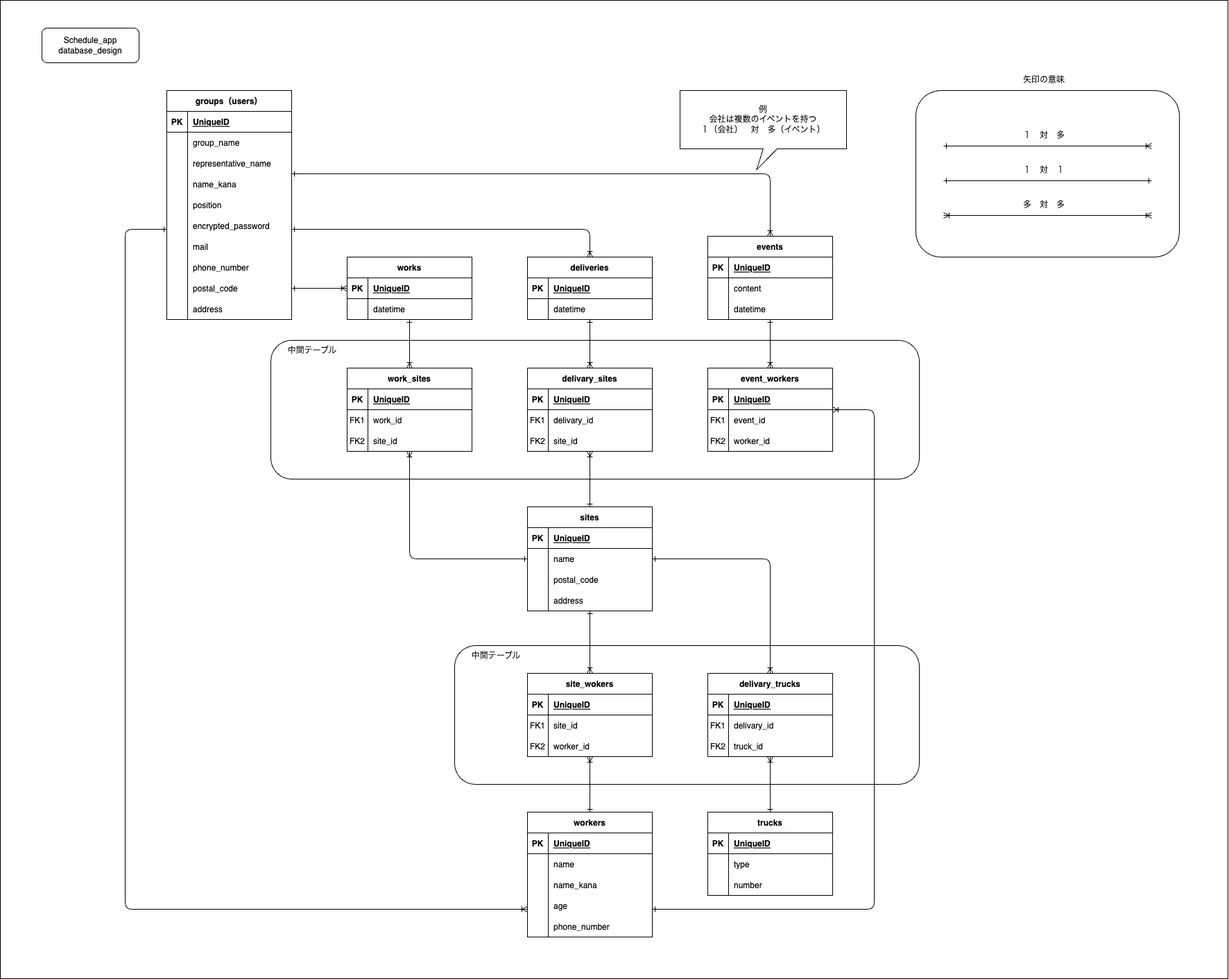
Above: database_design.png in nagai-sho/schedule_app (draw.io), before the change. Source tidied: cells renumbered, new cells last; positions are measured from the earlier drawing's top-left corner, leaving out a move shared by most shapes.
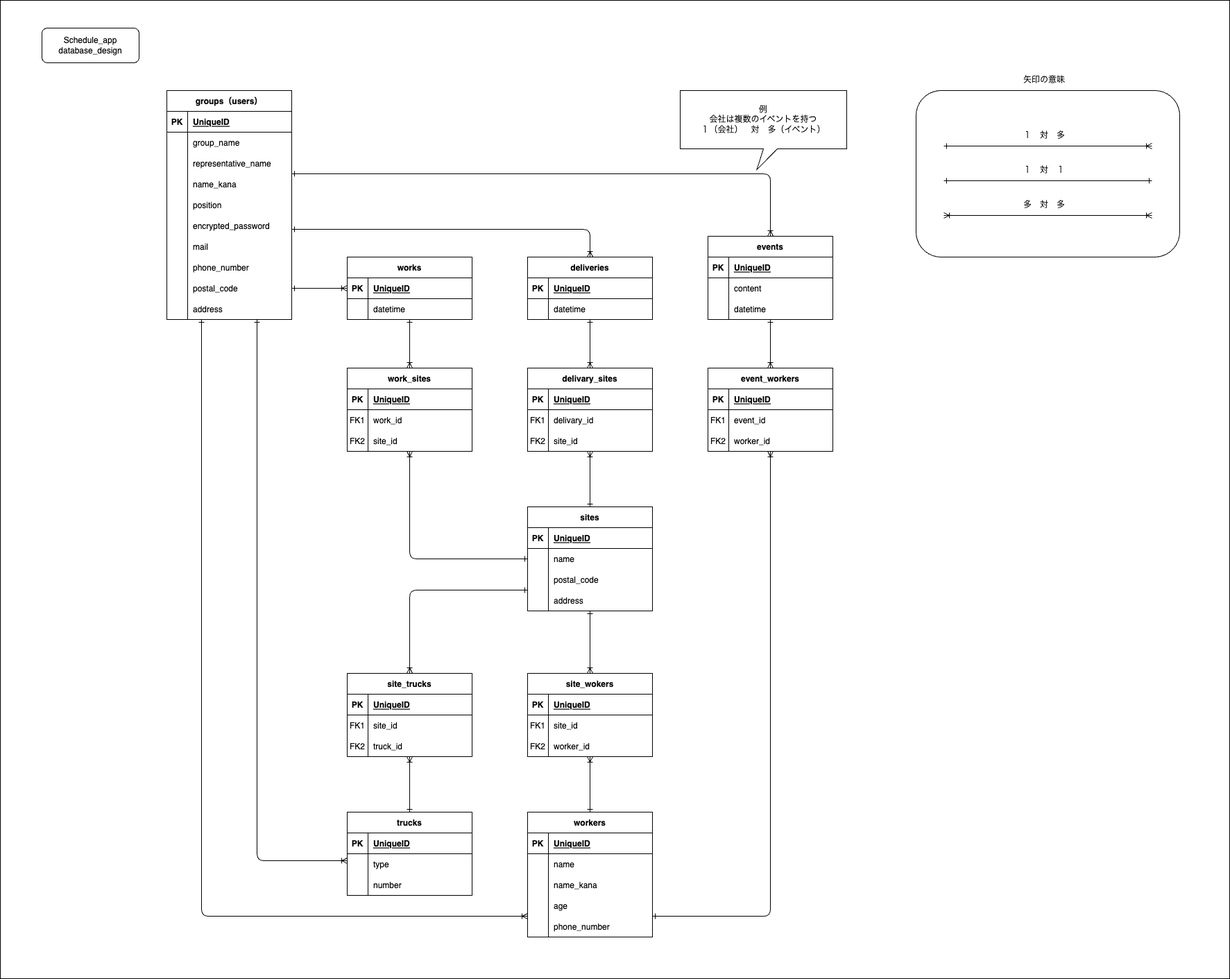
The same file after the commit.

The edit, as a diff of the source:
```diff
@@ -3,29 +3,8 @@
     <mxCell id="0" />
     <mxCell id="1" parent="0" />
     <mxCell id="2" style="rounded=0;whiteSpace=wrap;html=1;fillColor=none;" parent="1" vertex="1">
-      <mxGeometry width="1770" height="1410" as="geometry" />
+      <mxGeometry width="1772" height="1410" as="geometry" />
     </mxCell>
-    <mxCell id="3" style="group;fillColor=none;" parent="1" vertex="1">
-      <mxGeometry x="390" y="490" width="935" height="640" as="geometry" />
-    </mxCell>
-    <mxCell id="4" style="group;" parent="3" vertex="1">
-      <mxGeometry x="265" y="440" width="670" height="200" as="geometry" />
-    </mxCell>
-    <mxCell id="5" style="rounded=1;whiteSpace=wrap;html=1;" parent="4" vertex="1">
-      <mxGeometry width="670" height="200" as="geometry" />
-    </mxCell>
-    <mxCell id="6" value="中間テーブル" style="text;html=1;strokeColor=none;fillColor=none;align=center;verticalAlign=middle;whiteSpace=wrap;rounded=0;" parent="4" vertex="1">
-      <mxGeometry width="120" height="30" as="geometry" />
-    </mxCell>
-    <mxCell id="7" style="group;" parent="3" vertex="1">
-      <mxGeometry width="935" height="200" as="geometry" />
-    </mxCell>
-    <mxCell id="8" style="rounded=1;whiteSpace=wrap;html=1;" parent="7" vertex="1">
-      <mxGeometry width="935" height="200" as="geometry" />
-    </mxCell>
-    <mxCell id="9" value="中間テーブル" style="text;html=1;strokeColor=none;fillColor=none;align=center;verticalAlign=middle;whiteSpace=wrap;rounded=0;" parent="7" vertex="1">
-      <mxGeometry width="120" height="30" as="geometry" />
-    </mxCell>
     <mxCell id="10" value="Schedule_app&lt;br&gt;database_design" style="rounded=1;whiteSpace=wrap;html=1;" parent="1" vertex="1">
       <mxGeometry x="60" y="40" width="140" height="50" as="geometry" />
     </mxCell>
@@ -234,7 +213,7 @@
       <mxGeometry x="30" width="150" height="30" as="geometry" />
     </mxCell>
     <mxCell id="79" value="trucks" style="shape=table;startSize=30;rowLines=0;fontStyle=1;align=center;" parent="1" vertex="1">
-      <mxGeometry x="1020" y="1170" width="180" height="120" as="geometry" />
+      <mxGeometry x="500" y="1170" width="180" height="120" as="geometry" />
     </mxCell>
     <mxCell id="80" style="shape=tableRow;horizontal=0;startSize=0;swimlaneHead=0;swimlaneBody=0;fillColor=none;top=0;left=0;right=0;bottom=1;" parent="79" vertex="1">
       <mxGeometry y="30" width="180" height="30" as="geometry" />
@@ -344,8 +323,7 @@
     <mxCell id="109" style="edgeStyle=orthogonalEdgeStyle;html=1;endArrow=ERoneToMany;endFill=0;startArrow=ERone;startFill=0;" parent="1" edge="1" source="11" target="90">
       <mxGeometry relative="1" as="geometry">
         <Array as="points">
-          <mxPoint x="180" y="330" />
-          <mxPoint x="180" y="1310" />
+          <mxPoint x="290" y="1320" />
         </Array>
       </mxGeometry>
     </mxCell>
@@ -454,8 +432,8 @@
     <mxCell id="144" style="edgeStyle=orthogonalEdgeStyle;html=1;endArrow=ERoneToMany;endFill=0;startArrow=ERone;startFill=0;" parent="1" edge="1" source="42" target="134">
       <mxGeometry relative="1" as="geometry" />
     </mxCell>
-    <mxCell id="145" value="delivary_trucks" style="shape=table;startSize=30;rowLines=0;fontStyle=1;align=center;" parent="1" vertex="1">
-      <mxGeometry x="1020" y="970" width="180" height="120" as="geometry" />
+    <mxCell id="145" value="site_trucks" style="shape=table;startSize=30;rowLines=0;fontStyle=1;align=center;" parent="1" vertex="1">
+      <mxGeometry x="500" y="970" width="180" height="120" as="geometry" />
     </mxCell>
     <mxCell id="146" style="shape=tableRow;horizontal=0;startSize=0;swimlaneHead=0;swimlaneBody=0;fillColor=none;top=0;left=0;right=0;bottom=1;" parent="145" vertex="1">
       <mxGeometry y="30" width="180" height="30" as="geometry" />
@@ -472,7 +450,7 @@
     <mxCell id="150" value="FK1" style="shape=partialRectangle;fillColor=none;top=0;left=0;bottom=0;right=0;overflow=hidden;" parent="149" vertex="1">
       <mxGeometry width="30" height="30" as="geometry" />
     </mxCell>
-    <mxCell id="151" value="delivary_id" style="shape=partialRectangle;fillColor=none;top=0;left=0;bottom=0;right=0;align=left;spacingLeft=6;overflow=hidden;" parent="149" vertex="1">
+    <mxCell id="151" value="site_id" style="shape=partialRectangle;fillColor=none;top=0;left=0;bottom=0;right=0;align=left;spacingLeft=6;overflow=hidden;" parent="149" vertex="1">
       <mxGeometry x="30" width="150" height="30" as="geometry" />
     </mxCell>
     <mxCell id="152" style="shape=tableRow;horizontal=0;startSize=0;swimlaneHead=0;swimlaneBody=0;fillColor=none;top=0;left=0;right=0;bottom=0;" parent="145" vertex="1">
@@ -487,7 +465,7 @@
     <mxCell id="155" style="edgeStyle=orthogonalEdgeStyle;html=1;endArrow=ERoneToMany;endFill=0;startArrow=ERone;startFill=0;" parent="1" edge="1" source="42" target="145">
       <mxGeometry relative="1" as="geometry">
         <Array as="points">
-          <mxPoint x="1110" y="805" />
+          <mxPoint x="590" y="850" />
         </Array>
       </mxGeometry>
     </mxCell>
@@ -527,8 +505,7 @@
     <mxCell id="167" style="edgeStyle=orthogonalEdgeStyle;html=1;endArrow=ERoneToMany;endFill=0;startArrow=ERone;startFill=0;" parent="1" edge="1" source="90" target="157">
       <mxGeometry relative="1" as="geometry">
         <Array as="points">
-          <mxPoint x="1260" y="1310" />
-          <mxPoint x="1260" y="590" />
+          <mxPoint x="1110" y="1320" />
         </Array>
       </mxGeometry>
     </mxCell>
@@ -589,5 +566,12 @@
     <mxCell id="179" value="矢印の意味" style="text;html=1;strokeColor=none;fillColor=none;align=center;verticalAlign=middle;whiteSpace=wrap;rounded=0;" parent="170" vertex="1">
       <mxGeometry width="110" height="30" as="geometry" />
     </mxCell>
+    <mxCell id="180" style="edgeStyle=orthogonalEdgeStyle;html=1;endArrow=ERoneToMany;endFill=0;startArrow=ERone;startFill=0;" parent="1" edge="1" source="11" target="79">
+      <mxGeometry relative="1" as="geometry">
+        <Array as="points">
+          <mxPoint x="370" y="1240" />
+        </Array>
+      </mxGeometry>
+    </mxCell>
   </root>
 </mxGraphModel>
```
